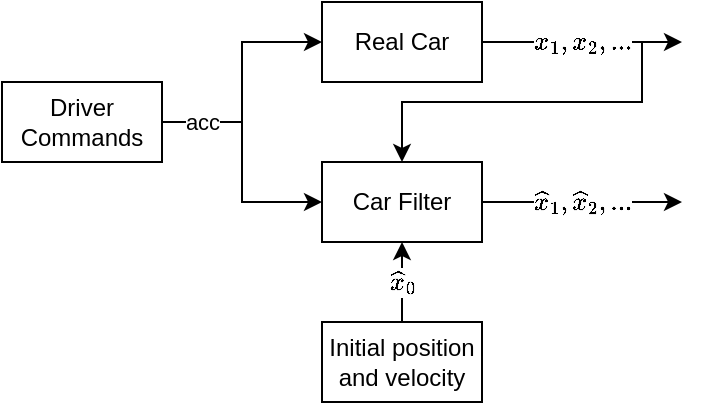
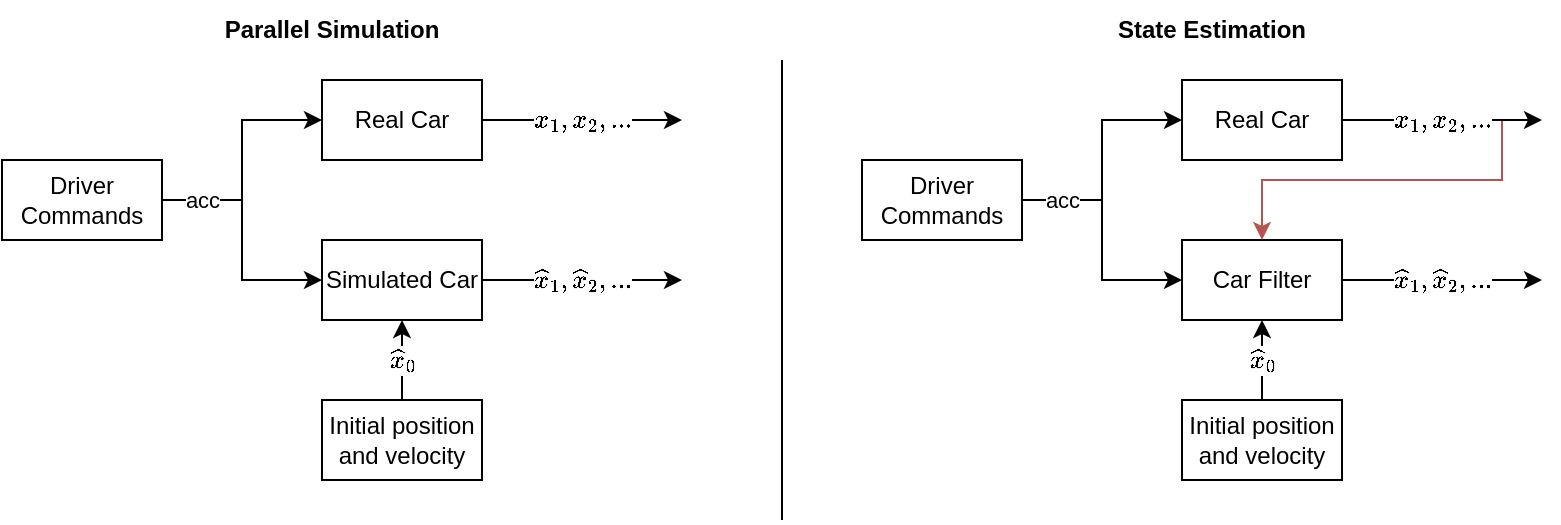
- <mxfile host="Electron" agent="Mozilla/5.0 (Windows NT 10.0; Win64; x64) AppleWebKit/537.36 (KHTML, like Gecko) draw.io/26.0.16 Chrome/132.0.6834.196 Electron/34.2.0 Safari/537.36" compressed="false" version="26.0.16">
+ <mxfile host="Electron" agent="Mozilla/5.0 (Windows NT 10.0; Win64; x64) AppleWebKit/537.36 (KHTML, like Gecko) draw.io/29.6.1 Chrome/142.0.7444.265 Electron/39.8.0 Safari/537.36" compressed="false" version="29.6.1">
  <diagram id="1IEk_Nb3fTFsxIXIZDjR" name="Page-1">
-     <mxGraphModel dx="1491" dy="799" grid="1" gridSize="10" guides="1" tooltips="1" connect="1" arrows="1" fold="1" page="0" pageScale="1" pageWidth="1200" pageHeight="1920" math="1" shadow="0">
+     <mxGraphModel dx="2068" dy="922" grid="1" gridSize="10" guides="1" tooltips="1" connect="1" arrows="1" fold="1" page="0" pageScale="1" pageWidth="1200" pageHeight="1920" math="1" shadow="0">
      <root>
        <mxCell id="0" />
        <mxCell id="1" parent="0" />
-         <mxCell id="RrTlAK1MeUyUgEXlGn8F-2" value="Real Car" style="rounded=0;whiteSpace=wrap;html=1;" parent="1" vertex="1">
-           <mxGeometry x="-400" y="-200" width="80" height="40" as="geometry" />
+         <mxCell id="RrTlAK1MeUyUgEXlGn8F-2" parent="1" style="rounded=0;whiteSpace=wrap;html=1;" value="Real Car" vertex="1">
+           <mxGeometry height="40" width="80" x="-400" y="-200" as="geometry" />
        </mxCell>
-         <mxCell id="7s6KqwO2Pgz3GpKwGtuv-1" value="Car Filter" style="rounded=0;whiteSpace=wrap;html=1;" parent="1" vertex="1">
-           <mxGeometry x="-400" y="-120" width="80" height="40" as="geometry" />
+         <mxCell id="7s6KqwO2Pgz3GpKwGtuv-1" parent="1" style="rounded=0;whiteSpace=wrap;html=1;" value="Car Filter" vertex="1">
+           <mxGeometry height="40" width="80" x="-400" y="-120" as="geometry" />
        </mxCell>
-         <mxCell id="7s6KqwO2Pgz3GpKwGtuv-4" style="edgeStyle=orthogonalEdgeStyle;rounded=0;orthogonalLoop=1;jettySize=auto;html=1;" parent="1" source="7s6KqwO2Pgz3GpKwGtuv-2" target="7s6KqwO2Pgz3GpKwGtuv-1" edge="1">
+         <mxCell id="7s6KqwO2Pgz3GpKwGtuv-4" edge="1" parent="1" source="7s6KqwO2Pgz3GpKwGtuv-2" style="edgeStyle=orthogonalEdgeStyle;rounded=0;orthogonalLoop=1;jettySize=auto;html=1;" target="7s6KqwO2Pgz3GpKwGtuv-1">
          <mxGeometry relative="1" as="geometry" />
        </mxCell>
-         <mxCell id="7s6KqwO2Pgz3GpKwGtuv-2" value="Driver Commands" style="rounded=0;whiteSpace=wrap;html=1;" parent="1" vertex="1">
-           <mxGeometry x="-560" y="-160" width="80" height="40" as="geometry" />
+         <mxCell id="7s6KqwO2Pgz3GpKwGtuv-2" parent="1" style="rounded=0;whiteSpace=wrap;html=1;" value="Driver Commands" vertex="1">
+           <mxGeometry height="40" width="80" x="-560" y="-160" as="geometry" />
        </mxCell>
-         <mxCell id="7s6KqwO2Pgz3GpKwGtuv-3" value="acc" style="edgeStyle=orthogonalEdgeStyle;rounded=0;orthogonalLoop=1;jettySize=auto;html=1;" parent="1" source="7s6KqwO2Pgz3GpKwGtuv-2" target="RrTlAK1MeUyUgEXlGn8F-2" edge="1">
-           <mxGeometry x="-0.6667" relative="1" as="geometry">
+         <mxCell id="7s6KqwO2Pgz3GpKwGtuv-3" edge="1" parent="1" source="7s6KqwO2Pgz3GpKwGtuv-2" style="edgeStyle=orthogonalEdgeStyle;rounded=0;orthogonalLoop=1;jettySize=auto;html=1;" target="RrTlAK1MeUyUgEXlGn8F-2" value="acc">
+           <mxGeometry relative="1" x="-0.6667" as="geometry">
            <mxPoint as="offset" />
          </mxGeometry>
        </mxCell>
-         <mxCell id="7s6KqwO2Pgz3GpKwGtuv-6" value="`\hat{x}_0`" style="edgeStyle=orthogonalEdgeStyle;rounded=0;orthogonalLoop=1;jettySize=auto;html=1;" parent="1" source="7s6KqwO2Pgz3GpKwGtuv-5" target="7s6KqwO2Pgz3GpKwGtuv-1" edge="1">
+         <mxCell id="7s6KqwO2Pgz3GpKwGtuv-6" edge="1" parent="1" source="7s6KqwO2Pgz3GpKwGtuv-5" style="edgeStyle=orthogonalEdgeStyle;rounded=0;orthogonalLoop=1;jettySize=auto;html=1;" target="7s6KqwO2Pgz3GpKwGtuv-1" value="`\hat{x}_0`">
          <mxGeometry relative="1" as="geometry" />
        </mxCell>
-         <mxCell id="7s6KqwO2Pgz3GpKwGtuv-5" value="Initial position and velocity" style="rounded=0;whiteSpace=wrap;html=1;" parent="1" vertex="1">
-           <mxGeometry x="-400" y="-40" width="80" height="40" as="geometry" />
+         <mxCell id="7s6KqwO2Pgz3GpKwGtuv-5" parent="1" style="rounded=0;whiteSpace=wrap;html=1;" value="Initial position and velocity" vertex="1">
+           <mxGeometry height="40" width="80" x="-400" y="-40" as="geometry" />
        </mxCell>
-         <mxCell id="7s6KqwO2Pgz3GpKwGtuv-8" value="`\hat{x}_1,\hat{x}_2,...`" style="endArrow=classic;html=1;rounded=0;" parent="1" source="7s6KqwO2Pgz3GpKwGtuv-1" edge="1">
-           <mxGeometry width="50" height="50" relative="1" as="geometry">
+         <mxCell id="7s6KqwO2Pgz3GpKwGtuv-8" edge="1" parent="1" source="7s6KqwO2Pgz3GpKwGtuv-1" style="endArrow=classic;html=1;rounded=0;" value="`\hat{x}_1,\hat{x}_2,...`">
+           <mxGeometry height="50" relative="1" width="50" as="geometry">
            <mxPoint x="-290" y="-100.2" as="sourcePoint" />
            <mxPoint x="-220" y="-100" as="targetPoint" />
          </mxGeometry>
        </mxCell>
-         <mxCell id="yhkMenwqfm2yYEaNRCIy-1" value="" style="endArrow=classic;html=1;rounded=0;" edge="1" parent="1" source="RrTlAK1MeUyUgEXlGn8F-2" target="7s6KqwO2Pgz3GpKwGtuv-1">
-           <mxGeometry width="50" height="50" relative="1" as="geometry">
-             <mxPoint x="-310" y="-170" as="sourcePoint" />
-             <mxPoint x="-210" y="-170" as="targetPoint" />
+         <mxCell id="yhkMenwqfm2yYEaNRCIy-1" edge="1" parent="1" source="RrTlAK1MeUyUgEXlGn8F-2" style="endArrow=classic;html=1;rounded=0;fillColor=#f8cecc;strokeColor=#b85450;" target="7s6KqwO2Pgz3GpKwGtuv-1" value="">
+           <mxGeometry height="50" relative="1" width="50" as="geometry">
            <Array as="points">
              <mxPoint x="-240" y="-180" />
              <mxPoint x="-240" y="-150" />
              <mxPoint x="-360" y="-150" />
            </Array>
+             <mxPoint x="-310" y="-170" as="sourcePoint" />
+             <mxPoint x="-210" y="-170" as="targetPoint" />
          </mxGeometry>
        </mxCell>
-         <mxCell id="7s6KqwO2Pgz3GpKwGtuv-7" value="`x_1,x_2,...`" style="endArrow=classic;html=1;rounded=0;" parent="1" source="RrTlAK1MeUyUgEXlGn8F-2" edge="1">
-           <mxGeometry width="50" height="50" relative="1" as="geometry">
+         <mxCell id="7s6KqwO2Pgz3GpKwGtuv-7" edge="1" parent="1" source="RrTlAK1MeUyUgEXlGn8F-2" style="endArrow=classic;html=1;rounded=0;" value="`x_1,x_2,...`">
+           <mxGeometry height="50" relative="1" width="50" as="geometry">
            <mxPoint x="-260" y="-80" as="sourcePoint" />
            <mxPoint x="-220" y="-180" as="targetPoint" />
          </mxGeometry>
+         </mxCell>
+         <mxCell id="oIfN83S3EOVf3KA9YIOS-1" parent="1" style="rounded=0;whiteSpace=wrap;html=1;" value="Real Car" vertex="1">
+           <mxGeometry height="40" width="80" x="-830" y="-200" as="geometry" />
+         </mxCell>
+         <mxCell id="oIfN83S3EOVf3KA9YIOS-2" parent="1" style="rounded=0;whiteSpace=wrap;html=1;" value="Simulated Car" vertex="1">
+           <mxGeometry height="40" width="80" x="-830" y="-120" as="geometry" />
+         </mxCell>
+         <mxCell id="oIfN83S3EOVf3KA9YIOS-3" edge="1" parent="1" source="oIfN83S3EOVf3KA9YIOS-4" style="edgeStyle=orthogonalEdgeStyle;rounded=0;orthogonalLoop=1;jettySize=auto;html=1;" target="oIfN83S3EOVf3KA9YIOS-2">
+           <mxGeometry relative="1" as="geometry" />
+         </mxCell>
+         <mxCell id="oIfN83S3EOVf3KA9YIOS-4" parent="1" style="rounded=0;whiteSpace=wrap;html=1;" value="Driver Commands" vertex="1">
+           <mxGeometry height="40" width="80" x="-990" y="-160" as="geometry" />
+         </mxCell>
+         <mxCell id="oIfN83S3EOVf3KA9YIOS-5" edge="1" parent="1" source="oIfN83S3EOVf3KA9YIOS-4" style="edgeStyle=orthogonalEdgeStyle;rounded=0;orthogonalLoop=1;jettySize=auto;html=1;" target="oIfN83S3EOVf3KA9YIOS-1" value="acc">
+           <mxGeometry relative="1" x="-0.6667" as="geometry">
+             <mxPoint as="offset" />
+           </mxGeometry>
+         </mxCell>
+         <mxCell id="oIfN83S3EOVf3KA9YIOS-6" edge="1" parent="1" source="oIfN83S3EOVf3KA9YIOS-7" style="edgeStyle=orthogonalEdgeStyle;rounded=0;orthogonalLoop=1;jettySize=auto;html=1;" target="oIfN83S3EOVf3KA9YIOS-2" value="`\hat{x}_0`">
+           <mxGeometry relative="1" as="geometry" />
+         </mxCell>
+         <mxCell id="oIfN83S3EOVf3KA9YIOS-7" parent="1" style="rounded=0;whiteSpace=wrap;html=1;" value="Initial position and velocity" vertex="1">
+           <mxGeometry height="40" width="80" x="-830" y="-40" as="geometry" />
+         </mxCell>
+         <mxCell id="oIfN83S3EOVf3KA9YIOS-8" edge="1" parent="1" source="oIfN83S3EOVf3KA9YIOS-1" style="endArrow=classic;html=1;rounded=0;" value="`x_1,x_2,...`">
+           <mxGeometry height="50" relative="1" width="50" as="geometry">
+             <mxPoint x="-690" y="-80" as="sourcePoint" />
+             <mxPoint x="-650" y="-180" as="targetPoint" />
+           </mxGeometry>
+         </mxCell>
+         <mxCell id="oIfN83S3EOVf3KA9YIOS-9" edge="1" parent="1" source="oIfN83S3EOVf3KA9YIOS-2" style="endArrow=classic;html=1;rounded=0;" value="`\hat{x}_1,\hat{x}_2,...`">
+           <mxGeometry height="50" relative="1" width="50" as="geometry">
+             <mxPoint x="-720" y="-100.19999999999999" as="sourcePoint" />
+             <mxPoint x="-650" y="-100" as="targetPoint" />
+           </mxGeometry>
+         </mxCell>
+         <mxCell id="oIfN83S3EOVf3KA9YIOS-10" edge="1" parent="1" style="endArrow=none;html=1;rounded=0;" value="">
+           <mxGeometry height="50" relative="1" width="50" as="geometry">
+             <mxPoint x="-600" y="20" as="sourcePoint" />
+             <mxPoint x="-600" y="-210" as="targetPoint" />
+           </mxGeometry>
+         </mxCell>
+         <mxCell id="oIfN83S3EOVf3KA9YIOS-11" parent="1" style="text;html=1;whiteSpace=wrap;strokeColor=none;fillColor=none;align=center;verticalAlign=middle;rounded=0;fontStyle=1" value="Parallel Simulation" vertex="1">
+           <mxGeometry height="30" width="190" x="-920" y="-240" as="geometry" />
+         </mxCell>
+         <mxCell id="oIfN83S3EOVf3KA9YIOS-12" parent="1" style="text;html=1;whiteSpace=wrap;strokeColor=none;fillColor=none;align=center;verticalAlign=middle;rounded=0;fontStyle=1" value="State Estimation" vertex="1">
+           <mxGeometry height="30" width="190" x="-480" y="-240" as="geometry" />
        </mxCell>
      </root>
    </mxGraphModel>
  </diagram>
</mxfile>
